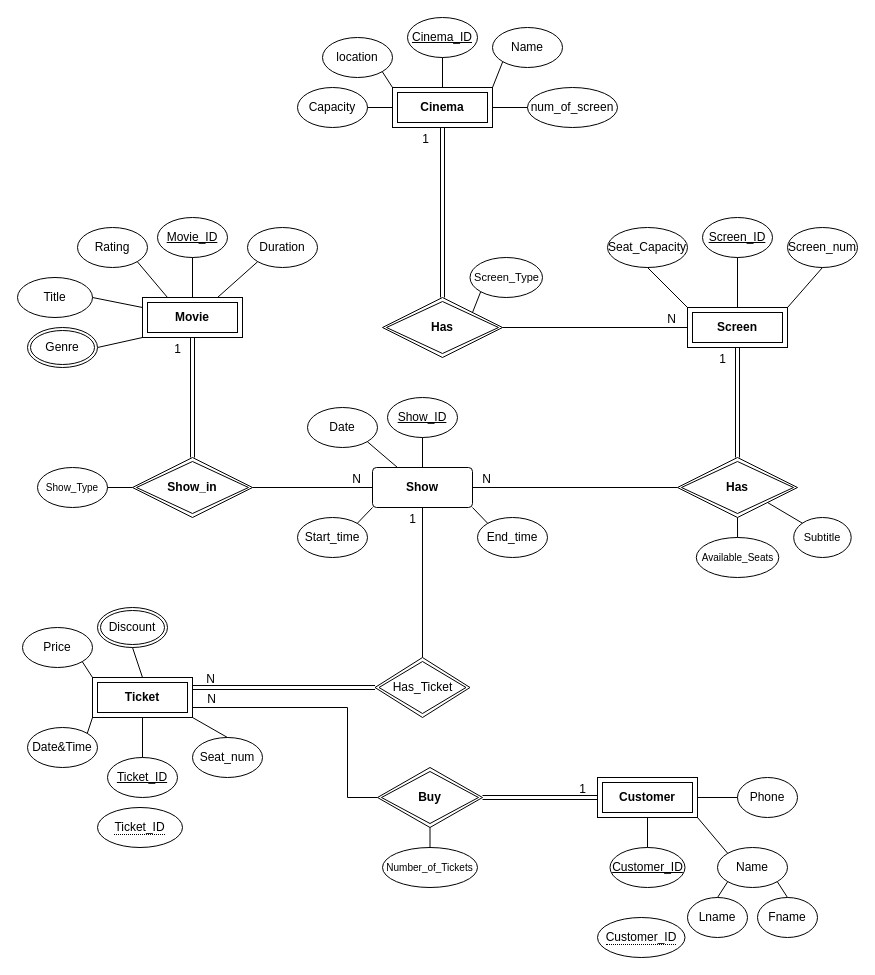
Above: Untitled Diagram.drawio in R-Zarei/Cinema-db (draw.io), before the change. Source tidied: cells renumbered, new cells numbered last; positions are measured from the earlier drawing's top-left corner, leaving out a move shared by most shapes. Both pictures are drawn from the tidied source at 100%, with x=0, y=0 at pixel (17, 17).
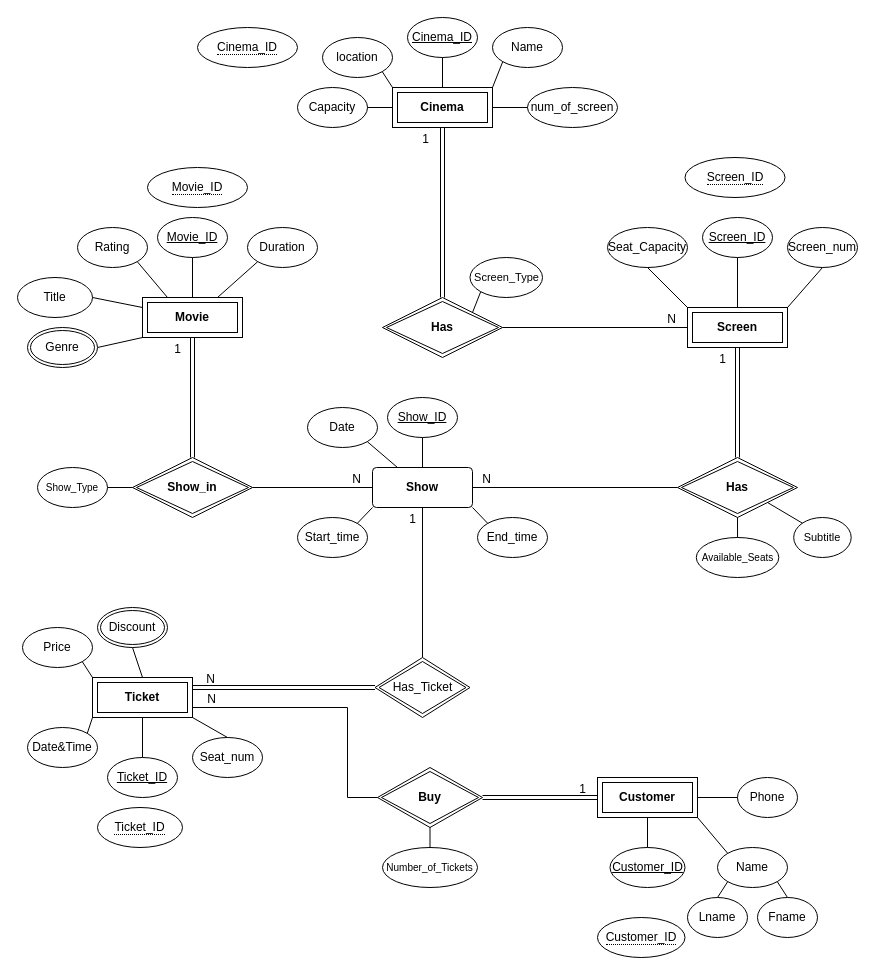
Above is the later version.

Commit message:
add weak key 2

Diff of the diagram source:
```diff
@@
+    <mxCell id="100" value="&lt;span style=&quot;border-bottom: 1px dotted&quot;&gt;Movie_ID&lt;/span&gt;" style="ellipse;whiteSpace=wrap;html=1;align=center;fillStyle=auto;strokeColor=default;verticalAlign=middle;fontFamily=Helvetica;fontSize=12;fontColor=default;fillColor=default;gradientColor=none;" parent="1" vertex="1">
+      <mxGeometry x="130" y="150" width="100" height="40" as="geometry" />
+    </mxCell>
+    <mxCell id="101" value="&lt;span style=&quot;border-bottom: 1px dotted&quot;&gt;Screen_ID&lt;/span&gt;" style="ellipse;whiteSpace=wrap;html=1;align=center;fillStyle=auto;strokeColor=default;verticalAlign=middle;fontFamily=Helvetica;fontSize=12;fontColor=default;fillColor=default;gradientColor=none;" parent="1" vertex="1">
+      <mxGeometry x="667.5" y="140" width="100" height="40" as="geometry" />
+    </mxCell>
+    <mxCell id="102" value="&lt;span style=&quot;border-bottom: 1px dotted&quot;&gt;Cinema_ID&lt;/span&gt;" style="ellipse;whiteSpace=wrap;html=1;align=center;fillStyle=auto;strokeColor=default;verticalAlign=middle;fontFamily=Helvetica;fontSize=12;fontColor=default;fillColor=default;gradientColor=none;" parent="1" vertex="1">
+      <mxGeometry x="180" y="10" width="100" height="40" as="geometry" />
+    </mxCell>
```
